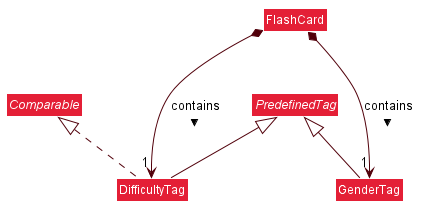
The PlantUML diagram docs/images/PredefinedTagClassDiagram.png in zhizhizhizhizhi/tp, before a commit.
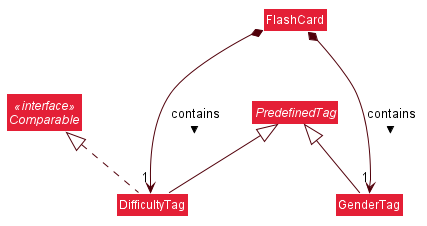
Later version of the same file.

Commit message:
Update image for predefined tags

What changed in the source:
```diff
@@ -50,7 +50,7 @@
 skinparam arrowColor #51000A
 skinparam classBackgroundColor #E41F36
 
-interface Comparable
+interface Comparable <<interface>>
 
 abstract class PredefinedTag
 
```
